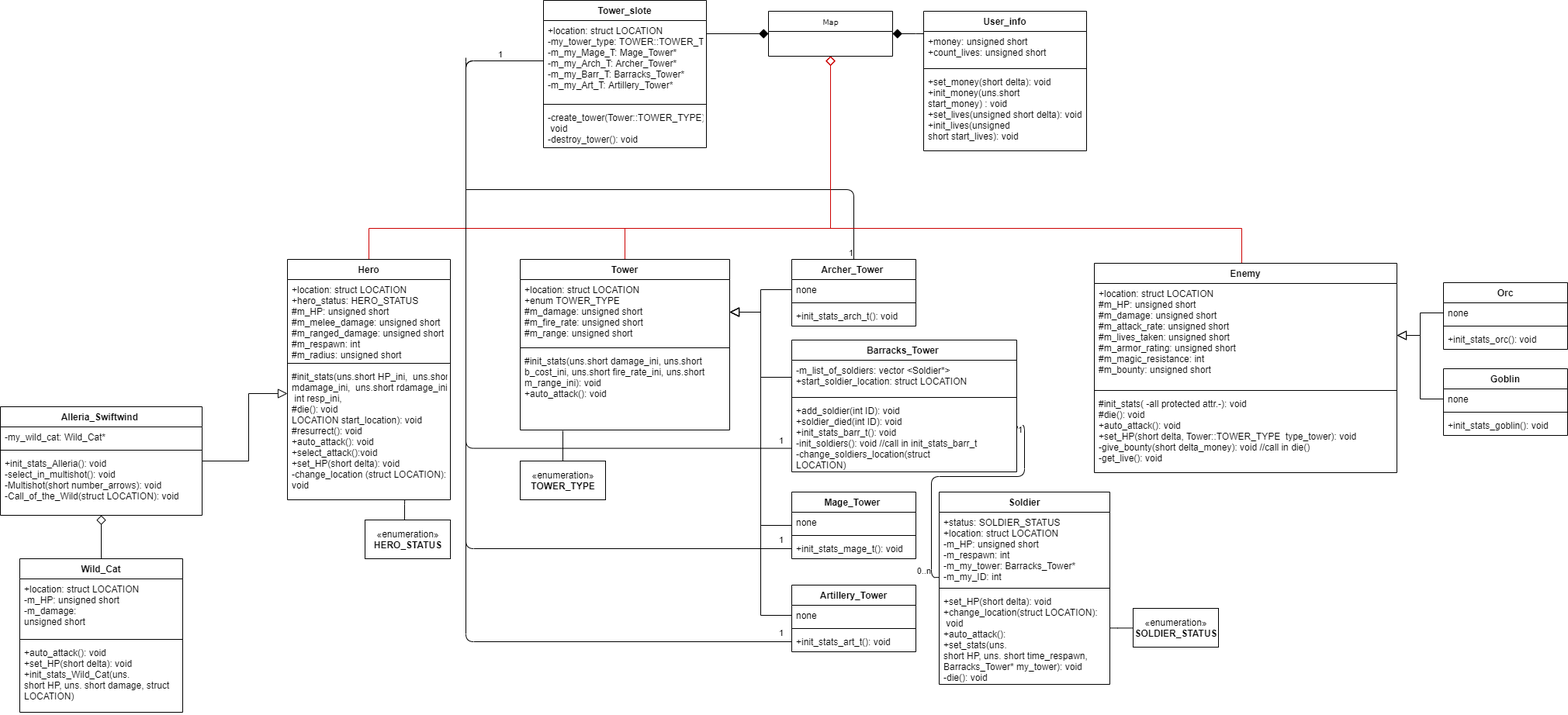
The draw.io diagram Game_UML.png in Draft00/OOP2, before a commit. Source tidied: cells renumbered, new cells last; positions are measured from the earlier drawing's top-left corner, leaving out a move shared by most shapes.
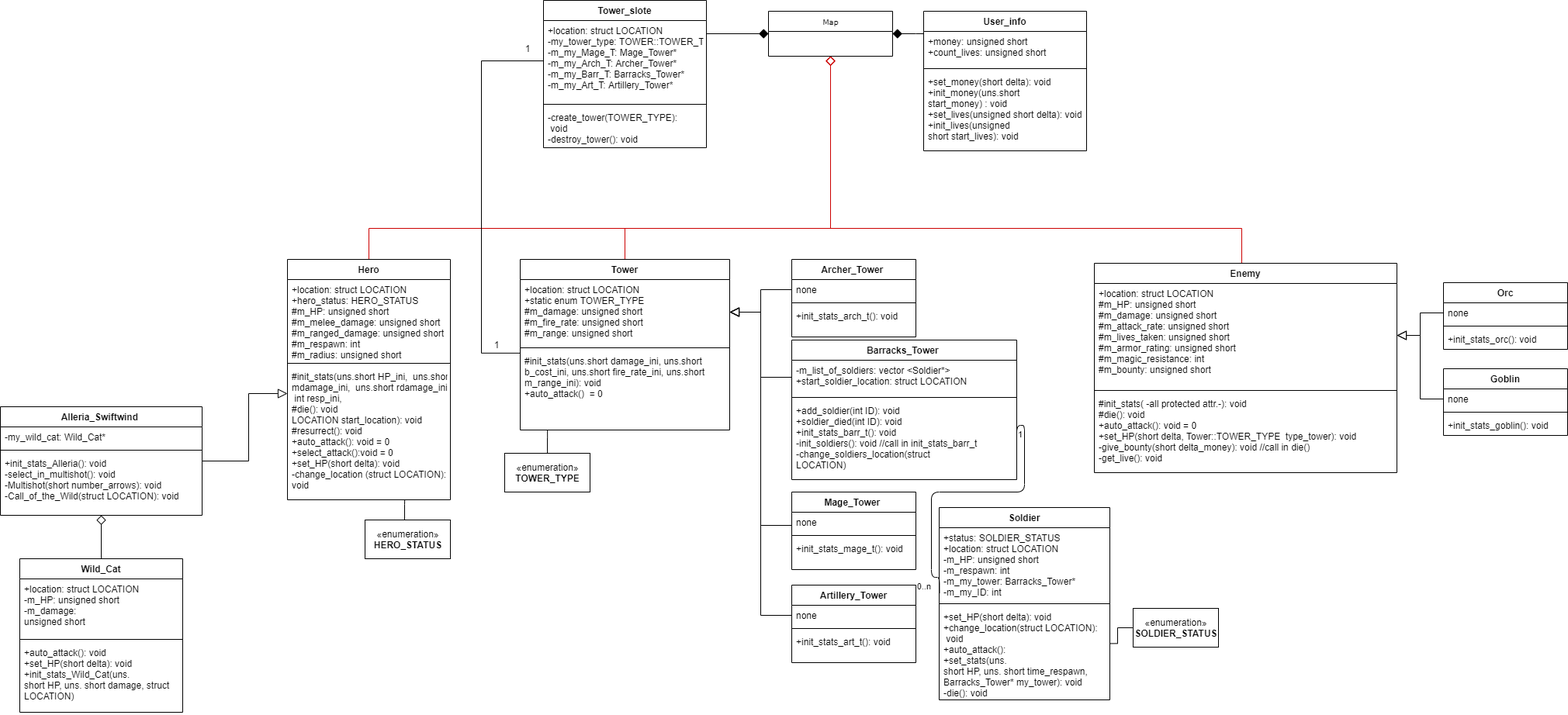
After the commit.

The edit, as a diff of the source:
```diff
@@ -39,7 +39,7 @@
     <mxCell id="11" style="line;strokeWidth=1;fillColor=none;align=left;verticalAlign=middle;spacingTop=-1;spacingLeft=3;spacingRight=3;labelPosition=right;" parent="9" vertex="1">
       <mxGeometry y="130" width="210" height="8" as="geometry" />
     </mxCell>
-    <mxCell id="12" value="#init_stats(uns.short HP_ini,  uns.short &#10;mdamage_ini,  uns.short rdamage_ini, &#10; int resp_ini, &#10;#die(): void&#10;LOCATION start_location): void&#10;#resurrect(): void&#10;+auto_attack(): void&#10;+select_attack():void&#10;+set_HP(short delta): void&#10;-change_location (struct LOCATION): &#10;void" style="text;strokeColor=none;fillColor=none;align=left;verticalAlign=top;spacingLeft=4;spacingRight=4;overflow=hidden;points=[[0,0.5],[1,0.5]];portConstraint=eastwest;fontStyle=0;" parent="9" vertex="1">
+    <mxCell id="12" value="#init_stats(uns.short HP_ini,  uns.short &#10;mdamage_ini,  uns.short rdamage_ini, &#10; int resp_ini, &#10;#die(): void&#10;LOCATION start_location): void&#10;#resurrect(): void&#10;+auto_attack(): void = 0&#10;+select_attack():void = 0&#10;+set_HP(short delta): void&#10;-change_location (struct LOCATION): &#10;void" style="text;strokeColor=none;fillColor=none;align=left;verticalAlign=top;spacingLeft=4;spacingRight=4;overflow=hidden;points=[[0,0.5],[1,0.5]];portConstraint=eastwest;fontStyle=0;" parent="9" vertex="1">
       <mxGeometry y="138" width="210" height="172" as="geometry" />
     </mxCell>
     <mxCell id="13" value="Alleria_Swiftwind " style="swimlane;fontStyle=1;align=center;verticalAlign=top;horizontal=1;startSize=26;fontFamily=Helvetica;" parent="1" vertex="1">
@@ -89,17 +89,17 @@
     <mxCell id="24" value="Tower" style="swimlane;fontStyle=1;align=center;verticalAlign=top;horizontal=1;startSize=26;fontFamily=Helvetica;" parent="1" vertex="1">
       <mxGeometry x="670" y="334" width="270" height="220" as="geometry" />
     </mxCell>
-    <mxCell id="25" value="+location: struct LOCATION &#10;+enum TOWER_TYPE&#10;#m_damage: unsigned short&#10;#m_fire_rate: unsigned short&#10;#m_range: unsigned short" style="text;strokeColor=none;fillColor=none;align=left;verticalAlign=top;spacingLeft=4;spacingRight=4;overflow=hidden;points=[[0,0.5],[1,0.5]];portConstraint=eastwest;" parent="24" vertex="1">
+    <mxCell id="25" value="+location: struct LOCATION &#10;+static enum TOWER_TYPE&#10;#m_damage: unsigned short&#10;#m_fire_rate: unsigned short&#10;#m_range: unsigned short" style="text;strokeColor=none;fillColor=none;align=left;verticalAlign=top;spacingLeft=4;spacingRight=4;overflow=hidden;points=[[0,0.5],[1,0.5]];portConstraint=eastwest;" parent="24" vertex="1">
       <mxGeometry y="26" width="270" height="84" as="geometry" />
     </mxCell>
     <mxCell id="26" style="line;strokeWidth=1;fillColor=none;align=left;verticalAlign=middle;spacingTop=-1;spacingLeft=3;spacingRight=3;labelPosition=right;" parent="24" vertex="1">
       <mxGeometry y="110" width="270" height="8" as="geometry" />
     </mxCell>
-    <mxCell id="27" value="#init_stats(uns.short damage_ini, uns.short&#10;b_cost_ini, uns.short fire_rate_ini, uns.short &#10;m_range_ini): void&#10;+auto_attack(): void" style="text;strokeColor=none;fillColor=none;align=left;verticalAlign=top;spacingLeft=4;spacingRight=4;overflow=hidden;points=[[0,0.5],[1,0.5]];portConstraint=eastwest;" parent="24" vertex="1">
+    <mxCell id="27" value="#init_stats(uns.short damage_ini, uns.short&#10;b_cost_ini, uns.short fire_rate_ini, uns.short &#10;m_range_ini): void&#10;+auto_attack()  = 0" style="text;strokeColor=none;fillColor=none;align=left;verticalAlign=top;spacingLeft=4;spacingRight=4;overflow=hidden;points=[[0,0.5],[1,0.5]];portConstraint=eastwest;" parent="24" vertex="1">
       <mxGeometry y="118" width="270" height="102" as="geometry" />
     </mxCell>
     <mxCell id="28" value="Archer_Tower " style="swimlane;fontStyle=1;align=center;verticalAlign=top;horizontal=1;startSize=26;fontFamily=Helvetica;" parent="1" vertex="1">
-      <mxGeometry x="1020" y="334" width="160" height="86" as="geometry" />
+      <mxGeometry x="1020" y="334" width="160" height="100" as="geometry" />
     </mxCell>
     <mxCell id="29" value="none" style="text;strokeColor=none;fillColor=none;align=left;verticalAlign=top;spacingLeft=4;spacingRight=4;overflow=hidden;points=[[0,0.5],[1,0.5]];portConstraint=eastwest;" parent="28" vertex="1">
       <mxGeometry y="26" width="160" height="26" as="geometry" />
@@ -107,8 +107,8 @@
     <mxCell id="30" style="line;strokeWidth=1;fillColor=none;align=left;verticalAlign=middle;spacingTop=-1;spacingLeft=3;spacingRight=3;labelPosition=right;" parent="28" vertex="1">
       <mxGeometry y="52" width="160" height="8" as="geometry" />
     </mxCell>
-    <mxCell id="31" value="+init_stats_arch_t(): void" style="text;strokeColor=none;fillColor=none;align=left;verticalAlign=top;spacingLeft=4;spacingRight=4;overflow=hidden;" parent="28" vertex="1">
-      <mxGeometry y="60" width="160" height="26" as="geometry" />
+    <mxCell id="31" value="+init_stats_arch_t(): void&#10;" style="text;strokeColor=none;fillColor=none;align=left;verticalAlign=top;spacingLeft=4;spacingRight=4;overflow=hidden;" parent="28" vertex="1">
+      <mxGeometry y="60" width="160" height="40" as="geometry" />
     </mxCell>
     <mxCell id="32" style="edgeStyle=orthogonalEdgeStyle;rounded=0;jettySize=auto;html=1;entryX=1;entryY=0.5;entryDx=0;entryDy=0;endArrow=diamond;endFill=1;endSize=10;strokeWidth=1;fontFamily=Helvetica;" parent="1" edge="1" source="4" target="2">
       <mxGeometry relative="1" as="geometry">
@@ -119,7 +119,7 @@
       </mxGeometry>
     </mxCell>
     <mxCell id="33" value="Barracks_Tower " style="swimlane;fontStyle=1;align=center;verticalAlign=top;horizontal=1;startSize=26;fontFamily=Helvetica;" parent="1" vertex="1">
-      <mxGeometry x="1020" y="438" width="290" height="170" as="geometry" />
+      <mxGeometry x="1020" y="438" width="290" height="180" as="geometry" />
     </mxCell>
     <mxCell id="34" value="-m_list_of_soldiers: vector &lt;Soldier*&gt;&#10;+start_soldier_location: struct LOCATION" style="text;strokeColor=none;fillColor=none;align=left;verticalAlign=top;spacingLeft=4;spacingRight=4;overflow=hidden;points=[[0,0.5],[1,0.5]];portConstraint=eastwest;" parent="33" vertex="1">
       <mxGeometry y="26" width="290" height="44" as="geometry" />
@@ -128,7 +128,7 @@
       <mxGeometry y="70" width="290" height="8" as="geometry" />
     </mxCell>
     <mxCell id="36" value="+add_soldier(int ID): void&#10;+soldier_died(int ID): void&#10;+init_stats_barr_t(): void&#10;-init_soldiers(): void //call in init_stats_barr_t&#10;-change_soldiers_location(struct&#10;LOCATION)" style="text;strokeColor=none;fillColor=none;align=left;verticalAlign=top;spacingLeft=4;spacingRight=4;overflow=hidden;points=[[0,0.5],[1,0.5]];portConstraint=eastwest;" parent="33" vertex="1">
-      <mxGeometry y="78" width="290" height="92" as="geometry" />
+      <mxGeometry y="78" width="290" height="102" as="geometry" />
     </mxCell>
     <mxCell id="37" value="Tower_slote" style="swimlane;fontStyle=1;align=center;verticalAlign=top;horizontal=1;startSize=26;fontFamily=Helvetica;" parent="1" vertex="1">
       <mxGeometry x="700" width="210" height="190" as="geometry" />
@@ -139,7 +139,7 @@
     <mxCell id="39" style="line;strokeWidth=1;fillColor=none;align=left;verticalAlign=middle;spacingTop=-1;spacingLeft=3;spacingRight=3;labelPosition=right;" parent="37" vertex="1">
       <mxGeometry y="130" width="210" height="8" as="geometry" />
     </mxCell>
-    <mxCell id="40" value="-create_tower(Tower::TOWER_TYPE):&#10; void&#10;-destroy_tower(): void" style="text;strokeColor=none;fillColor=none;align=left;verticalAlign=top;spacingLeft=4;spacingRight=4;overflow=hidden;" parent="37" vertex="1">
+    <mxCell id="40" value="-create_tower(TOWER_TYPE):&#10; void&#10;-destroy_tower(): void" style="text;strokeColor=none;fillColor=none;align=left;verticalAlign=top;spacingLeft=4;spacingRight=4;overflow=hidden;" parent="37" vertex="1">
       <mxGeometry y="138" width="210" height="52" as="geometry" />
     </mxCell>
     <mxCell id="41" style="edgeStyle=orthogonalEdgeStyle;rounded=0;jettySize=auto;html=1;entryX=1;entryY=0.5;entryDx=0;entryDy=0;endArrow=block;endFill=0;endSize=10;strokeWidth=1;fontFamily=Helvetica;" parent="1" edge="1" source="42" target="25">
@@ -151,7 +151,7 @@
       </mxGeometry>
     </mxCell>
     <mxCell id="42" value="Mage_Tower " style="swimlane;fontStyle=1;align=center;verticalAlign=top;horizontal=1;startSize=26;fontFamily=Helvetica;" parent="1" vertex="1">
-      <mxGeometry x="1020" y="634" width="160" height="86" as="geometry" />
+      <mxGeometry x="1020" y="634" width="160" height="100" as="geometry" />
     </mxCell>
     <mxCell id="43" value="none" style="text;strokeColor=none;fillColor=none;align=left;verticalAlign=top;spacingLeft=4;spacingRight=4;overflow=hidden;" parent="42" vertex="1">
       <mxGeometry y="26" width="160" height="26" as="geometry" />
@@ -159,11 +159,11 @@
     <mxCell id="44" style="line;strokeWidth=1;fillColor=none;align=left;verticalAlign=middle;spacingTop=-1;spacingLeft=3;spacingRight=3;labelPosition=right;" parent="42" vertex="1">
       <mxGeometry y="52" width="160" height="8" as="geometry" />
     </mxCell>
-    <mxCell id="45" value="+init_stats_mage_t(): void" style="text;strokeColor=none;fillColor=none;align=left;verticalAlign=top;spacingLeft=4;spacingRight=4;overflow=hidden;points=[[0,0.5],[1,0.5]];portConstraint=eastwest;" parent="42" vertex="1">
-      <mxGeometry y="60" width="160" height="26" as="geometry" />
+    <mxCell id="45" value="+init_stats_mage_t(): void&#10;" style="text;strokeColor=none;fillColor=none;align=left;verticalAlign=top;spacingLeft=4;spacingRight=4;overflow=hidden;points=[[0,0.5],[1,0.5]];portConstraint=eastwest;" parent="42" vertex="1">
+      <mxGeometry y="60" width="160" height="40" as="geometry" />
     </mxCell>
     <mxCell id="46" value="Artillery_Tower" style="swimlane;fontStyle=1;align=center;verticalAlign=top;horizontal=1;startSize=26;fontFamily=Helvetica;" parent="1" vertex="1">
-      <mxGeometry x="1020" y="754" width="160" height="86" as="geometry" />
+      <mxGeometry x="1020" y="754" width="160" height="100" as="geometry" />
     </mxCell>
     <mxCell id="47" value="none" style="text;strokeColor=none;fillColor=none;align=left;verticalAlign=top;spacingLeft=4;spacingRight=4;overflow=hidden;points=[[0,0.5],[1,0.5]];portConstraint=eastwest;" parent="46" vertex="1">
       <mxGeometry y="26" width="160" height="26" as="geometry" />
@@ -172,7 +172,7 @@
       <mxGeometry y="52" width="160" height="8" as="geometry" />
     </mxCell>
     <mxCell id="49" value="+init_stats_art_t(): void" style="text;strokeColor=none;fillColor=none;align=left;verticalAlign=top;spacingLeft=4;spacingRight=4;overflow=hidden;points=[[0,0.5],[1,0.5]];portConstraint=eastwest;" parent="46" vertex="1">
-      <mxGeometry y="60" width="160" height="26" as="geometry" />
+      <mxGeometry y="60" width="160" height="40" as="geometry" />
     </mxCell>
     <mxCell id="50" style="edgeStyle=orthogonalEdgeStyle;rounded=0;jettySize=auto;html=1;entryX=1;entryY=0.5;entryDx=0;entryDy=0;endArrow=block;endFill=0;endSize=10;strokeWidth=1;fontFamily=Helvetica;" parent="1" edge="1" source="29" target="25">
       <mxGeometry relative="1" as="geometry" />
@@ -183,62 +183,8 @@
     <mxCell id="52" style="edgeStyle=orthogonalEdgeStyle;rounded=0;jettySize=auto;html=1;entryX=1;entryY=0.5;entryDx=0;entryDy=0;endArrow=block;endFill=0;endSize=10;strokeWidth=1;fontFamily=Helvetica;" parent="1" edge="1" source="47" target="25">
       <mxGeometry relative="1" as="geometry" />
     </mxCell>
-    <mxCell id="53" style="endArrow=none;html=1;edgeStyle=orthogonalEdgeStyle;strokeWidth=1;fontFamily=Helvetica;exitX=0;exitY=0.5;exitDx=0;exitDy=0;entryX=0;entryY=0.5;entryDx=0;entryDy=0;" parent="1" edge="1" source="38" target="49">
-      <mxGeometry relative="1" as="geometry">
-        <Array as="points">
-          <mxPoint x="600" y="78" />
-          <mxPoint x="600" y="827" />
-        </Array>
-      </mxGeometry>
-    </mxCell>
-    <mxCell id="54" value="1" style="edgeLabel;html=1;align=left;verticalAlign=bottom;" parent="53" vertex="1">
-      <mxGeometry x="-1" relative="1" as="geometry">
-        <mxPoint x="-60" as="offset" />
-      </mxGeometry>
-    </mxCell>
-    <mxCell id="55" value="1" style="edgeLabel;html=1;align=right;verticalAlign=bottom;" parent="53" vertex="1">
-      <mxGeometry x="1" relative="1" as="geometry">
-        <mxPoint x="-10.5" y="-3" as="offset" />
-      </mxGeometry>
-    </mxCell>
-    <mxCell id="56" style="endArrow=none;html=1;edgeStyle=orthogonalEdgeStyle;strokeWidth=1;fontFamily=Helvetica;exitX=0;exitY=0.5;exitDx=0;exitDy=0;entryX=0;entryY=0.5;entryDx=0;entryDy=0;" parent="1" edge="1" source="38" target="45">
-      <mxGeometry relative="1" as="geometry">
-        <Array as="points">
-          <mxPoint x="600" y="78" />
-          <mxPoint x="600" y="707" />
-        </Array>
-      </mxGeometry>
-    </mxCell>
-    <mxCell id="57" value="1" style="edgeLabel;html=1;align=right;verticalAlign=bottom;" parent="56" vertex="1">
-      <mxGeometry x="1" relative="1" as="geometry">
-        <mxPoint x="-10.5" y="-3" as="offset" />
-      </mxGeometry>
-    </mxCell>
-    <mxCell id="58" style="endArrow=none;html=1;edgeStyle=orthogonalEdgeStyle;strokeWidth=1;fontFamily=Helvetica;entryX=-0.003;entryY=0.796;entryDx=0;entryDy=0;entryPerimeter=0;" parent="1" edge="1">
-      <mxGeometry relative="1" as="geometry">
-        <mxPoint x="600" y="74" as="sourcePoint" />
-        <mxPoint x="1019.1" y="577.6" as="targetPoint" />
-        <Array as="points">
-          <mxPoint x="600" y="84" />
-          <mxPoint x="600" y="578" />
-        </Array>
-      </mxGeometry>
-    </mxCell>
-    <mxCell id="59" value="1" style="edgeLabel;html=1;align=right;verticalAlign=bottom;" parent="58" vertex="1">
-      <mxGeometry x="1" relative="1" as="geometry">
-        <mxPoint x="-9.3" y="-1.6" as="offset" />
-      </mxGeometry>
-    </mxCell>
-    <mxCell id="60" style="endArrow=none;html=1;edgeStyle=orthogonalEdgeStyle;strokeWidth=1;fontFamily=Helvetica;entryX=0.5;entryY=0;entryDx=0;entryDy=0;" parent="1" edge="1" target="28">
-      <mxGeometry relative="1" as="geometry">
-        <mxPoint x="600" y="244" as="sourcePoint" />
-      </mxGeometry>
-    </mxCell>
-    <mxCell id="61" value="1" style="edgeLabel;html=1;align=right;verticalAlign=bottom;" parent="60" vertex="1">
-      <mxGeometry x="1" relative="1" as="geometry" />
-    </mxCell>
     <mxCell id="62" value="Soldier" style="swimlane;fontStyle=1;align=center;verticalAlign=top;horizontal=1;startSize=26;fontFamily=Helvetica;" parent="1" vertex="1">
-      <mxGeometry x="1210" y="634" width="220" height="248" as="geometry" />
+      <mxGeometry x="1210" y="654" width="220" height="248" as="geometry" />
     </mxCell>
     <mxCell id="63" value="+status: SOLDIER_STATUS&#10;+location: struct LOCATION&#10;-m_HP: unsigned short&#10;-m_respawn: int&#10;-m_my_tower: Barracks_Tower*&#10;-m_my_ID: int" style="text;strokeColor=none;fillColor=none;align=left;verticalAlign=top;spacingLeft=4;spacingRight=4;overflow=hidden;points=[[0,0.5],[1,0.5]];portConstraint=eastwest;" parent="62" vertex="1">
       <mxGeometry y="26" width="220" height="94" as="geometry" />
@@ -252,10 +198,12 @@
     <mxCell id="66" style="endArrow=none;html=1;edgeStyle=orthogonalEdgeStyle;strokeWidth=1;fontFamily=Helvetica;exitX=1;exitY=0.5;exitDx=0;exitDy=0;entryX=0.002;entryY=0.895;entryDx=0;entryDy=0;entryPerimeter=0;" parent="1" edge="1" source="36" target="63">
       <mxGeometry relative="1" as="geometry">
         <Array as="points">
+          <mxPoint x="1310" y="548" />
           <mxPoint x="1320" y="548" />
-          <mxPoint x="1320" y="614" />
-          <mxPoint x="1200" y="614" />
+          <mxPoint x="1320" y="634" />
+          <mxPoint x="1200" y="634" />
           <mxPoint x="1200" y="744" />
+          <mxPoint x="1210" y="744" />
         </Array>
       </mxGeometry>
     </mxCell>
@@ -285,7 +233,7 @@
     <mxCell id="72" style="line;strokeWidth=1;fillColor=none;align=left;verticalAlign=middle;spacingTop=-1;spacingLeft=3;spacingRight=3;labelPosition=right;" parent="70" vertex="1">
       <mxGeometry y="160" width="390" height="8" as="geometry" />
     </mxCell>
-    <mxCell id="73" value="#init_stats( -all protected attr.-): void&#10;#die(): void&#10;+auto_attack(): void&#10;+set_HP(short delta, Tower::TOWER_TYPE  type_tower): void&#10;-give_bounty(short delta_money): void //call in die()&#10;-get_live(): void" style="text;strokeColor=none;fillColor=none;align=left;verticalAlign=top;spacingLeft=4;spacingRight=4;overflow=hidden;" parent="70" vertex="1">
+    <mxCell id="73" value="#init_stats( -all protected attr.-): void&#10;#die(): void&#10;+auto_attack(): void = 0&#10;+set_HP(short delta, Tower::TOWER_TYPE  type_tower): void&#10;-give_bounty(short delta_money): void //call in die()&#10;-get_live(): void" style="text;strokeColor=none;fillColor=none;align=left;verticalAlign=top;spacingLeft=4;spacingRight=4;overflow=hidden;" parent="70" vertex="1">
       <mxGeometry y="168" width="390" height="102" as="geometry" />
     </mxCell>
     <mxCell id="74" value="Orc" style="swimlane;fontStyle=1;align=center;verticalAlign=top;horizontal=1;startSize=26;fontFamily=Helvetica;" parent="1" vertex="1">
@@ -318,16 +266,11 @@
     <mxCell id="83" style="edgeStyle=orthogonalEdgeStyle;rounded=0;jettySize=auto;html=1;startArrow=none;startFill=0;endArrow=block;endFill=0;endSize=10;strokeColor=#000000;strokeWidth=1;fontFamily=Helvetica;" parent="1" edge="1" source="79" target="71">
       <mxGeometry relative="1" as="geometry" />
     </mxCell>
-    <mxCell id="84" style="edgeStyle=orthogonalEdgeStyle;rounded=0;jettySize=auto;html=1;endArrow=none;endFill=0;" parent="1" edge="1" source="85">
-      <mxGeometry relative="1" as="geometry">
-        <mxPoint x="725" y="555" as="targetPoint" />
-        <Array as="points">
-          <mxPoint x="725" y="555" />
-        </Array>
-      </mxGeometry>
-    </mxCell>
+    <mxCell id="90" style="edgeStyle=orthogonalEdgeStyle;rounded=0;jettySize=auto;html=1;entryX=0.13;entryY=1;entryDx=0;entryDy=0;entryPerimeter=0;endArrow=none;endFill=0;" parent="1" edge="1" source="85" target="27">
+      <mxGeometry relative="1" as="geometry" />
+    </mxCell>
     <mxCell id="85" value="«enumeration»&lt;br&gt;&lt;b&gt;TOWER_TYPE&lt;/b&gt;" style="html=1;" parent="1" vertex="1">
-      <mxGeometry x="670" y="594" width="110" height="50" as="geometry" />
+      <mxGeometry x="650" y="584" width="110" height="50" as="geometry" />
     </mxCell>
     <mxCell id="86" style="edgeStyle=orthogonalEdgeStyle;rounded=0;jettySize=auto;html=1;entryX=1.001;entryY=0.395;entryDx=0;entryDy=0;entryPerimeter=0;endArrow=none;endFill=0;" parent="1" edge="1" source="87" target="65">
       <mxGeometry relative="1" as="geometry">
@@ -350,5 +293,20 @@
     <mxCell id="89" value="«enumeration»&lt;br&gt;&lt;b&gt;HERO_STATUS&lt;/b&gt;" style="html=1;" parent="1" vertex="1">
       <mxGeometry x="470" y="670" width="110" height="50" as="geometry" />
     </mxCell>
+    <mxCell id="91" style="edgeStyle=orthogonalEdgeStyle;rounded=0;jettySize=auto;html=1;entryX=0.002;entryY=0.028;entryDx=0;entryDy=0;entryPerimeter=0;endArrow=none;endFill=0;" parent="1" edge="1" source="92" target="27">
+      <mxGeometry relative="1" as="geometry">
+        <Array as="points">
+          <mxPoint x="700" y="78" />
+          <mxPoint x="620" y="78" />
+          <mxPoint x="620" y="455" />
+        </Array>
+      </mxGeometry>
+    </mxCell>
+    <mxCell id="92" value="1" style="text;html=1;strokeColor=none;fillColor=none;align=center;verticalAlign=middle;whiteSpace=wrap;rounded=0;" parent="1" vertex="1">
+      <mxGeometry x="660" y="52" width="40" height="20" as="geometry" />
+    </mxCell>
+    <mxCell id="93" value="1" style="text;html=1;strokeColor=none;fillColor=none;align=center;verticalAlign=middle;whiteSpace=wrap;rounded=0;" parent="1" vertex="1">
+      <mxGeometry x="620" y="434" width="40" height="20" as="geometry" />
+    </mxCell>
   </root>
 </mxGraphModel>
```
